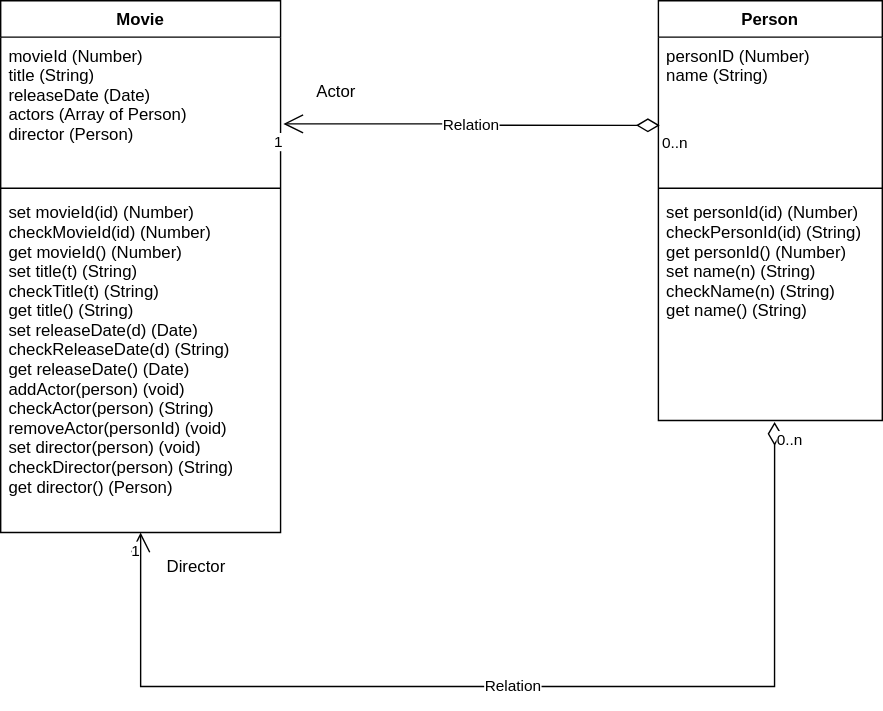
This is docs/js_class_model.svg from fontvu/WebApplication-BTU-SO23, a draw.io export, as it was before one commit. Source tidied: cells renumbered, new cells last; positions are measured from the earlier drawing's top-left corner, leaving out a move shared by most shapes.
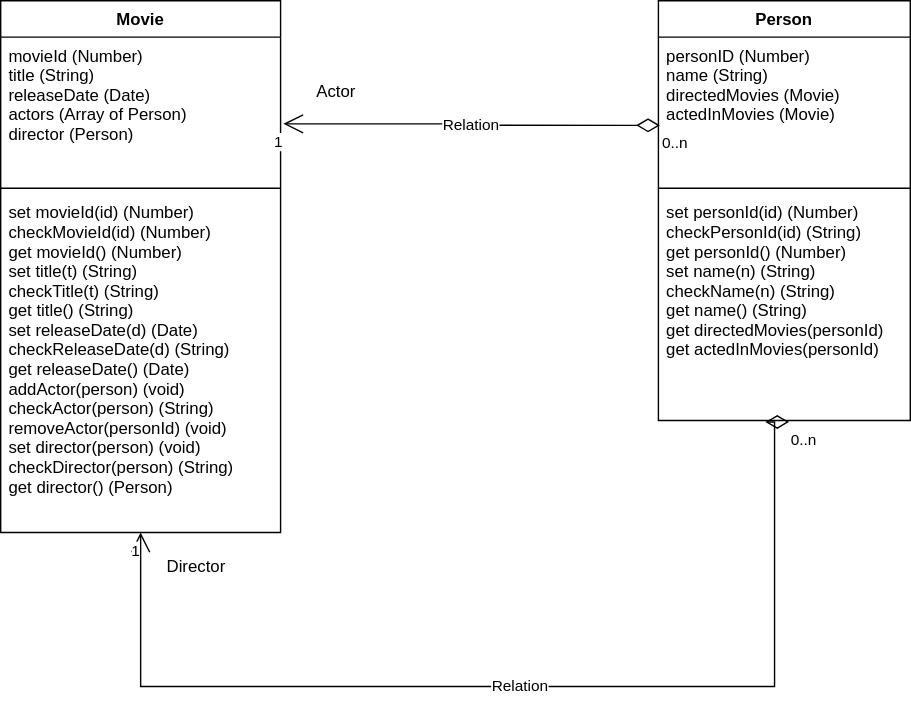
Later version of the same file.

Commit message:
add diagrams OO class and js class

The edit, as a diff of the source:
```diff
@@ -15,16 +15,16 @@
       <mxGeometry y="138" width="200" height="242" as="geometry" />
     </mxCell>
     <mxCell id="6" value="Person" style="swimlane;fontStyle=1;align=center;verticalAlign=top;horizontal=1;startSize=26;" parent="1" vertex="1">
-      <mxGeometry x="470" width="160" height="300" as="geometry" />
+      <mxGeometry x="470" width="180" height="300" as="geometry" />
     </mxCell>
-    <mxCell id="7" value="personID (Number)&#10;name (String)" style="text;strokeColor=none;fillColor=none;align=left;verticalAlign=top;spacingLeft=4;spacingRight=4;overflow=hidden;points=[[0,0.5],[1,0.5]];portConstraint=eastwest;" parent="6" vertex="1">
-      <mxGeometry y="26" width="160" height="104" as="geometry" />
+    <mxCell id="7" value="personID (Number)&#10;name (String)&#10;directedMovies (Movie)&#10;actedInMovies (Movie)" style="text;strokeColor=none;fillColor=none;align=left;verticalAlign=top;spacingLeft=4;spacingRight=4;overflow=hidden;points=[[0,0.5],[1,0.5]];portConstraint=eastwest;" parent="6" vertex="1">
+      <mxGeometry y="26" width="180" height="104" as="geometry" />
     </mxCell>
     <mxCell id="8" style="line;strokeWidth=1;fillColor=none;align=left;verticalAlign=middle;spacingTop=-1;spacingLeft=3;spacingRight=3;labelPosition=right;" parent="6" vertex="1">
-      <mxGeometry y="130" width="160" height="8" as="geometry" />
+      <mxGeometry y="130" width="180" height="8" as="geometry" />
     </mxCell>
-    <mxCell id="9" value="set personId(id) (Number)&#10;checkPersonId(id) (String)&#10;get personId() (Number)&#10;set name(n) (String)&#10;checkName(n) (String)&#10;get name() (String)" style="text;strokeColor=none;fillColor=none;align=left;verticalAlign=top;spacingLeft=4;spacingRight=4;overflow=hidden;points=[[0,0.5],[1,0.5]];portConstraint=eastwest;" parent="6" vertex="1">
-      <mxGeometry y="138" width="160" height="162" as="geometry" />
+    <mxCell id="9" value="set personId(id) (Number)&#10;checkPersonId(id) (String)&#10;get personId() (Number)&#10;set name(n) (String)&#10;checkName(n) (String)&#10;get name() (String)&#10;get directedMovies(personId)&#10;get actedInMovies(personId)" style="text;strokeColor=none;fillColor=none;align=left;verticalAlign=top;spacingLeft=4;spacingRight=4;overflow=hidden;points=[[0,0.5],[1,0.5]];portConstraint=eastwest;" parent="6" vertex="1">
+      <mxGeometry y="138" width="180" height="162" as="geometry" />
     </mxCell>
     <mxCell id="10" value="Relation" style="endArrow=open;html=1;endSize=12;startArrow=diamondThin;startSize=14;startFill=0;edgeStyle=orthogonalEdgeStyle;rounded=0;entryX=1.01;entryY=0.596;entryDx=0;entryDy=0;entryPerimeter=0;exitX=0.006;exitY=0.606;exitDx=0;exitDy=0;exitPerimeter=0;" parent="1" edge="1" source="7" target="3">
       <mxGeometry relative="1" as="geometry" />
```
